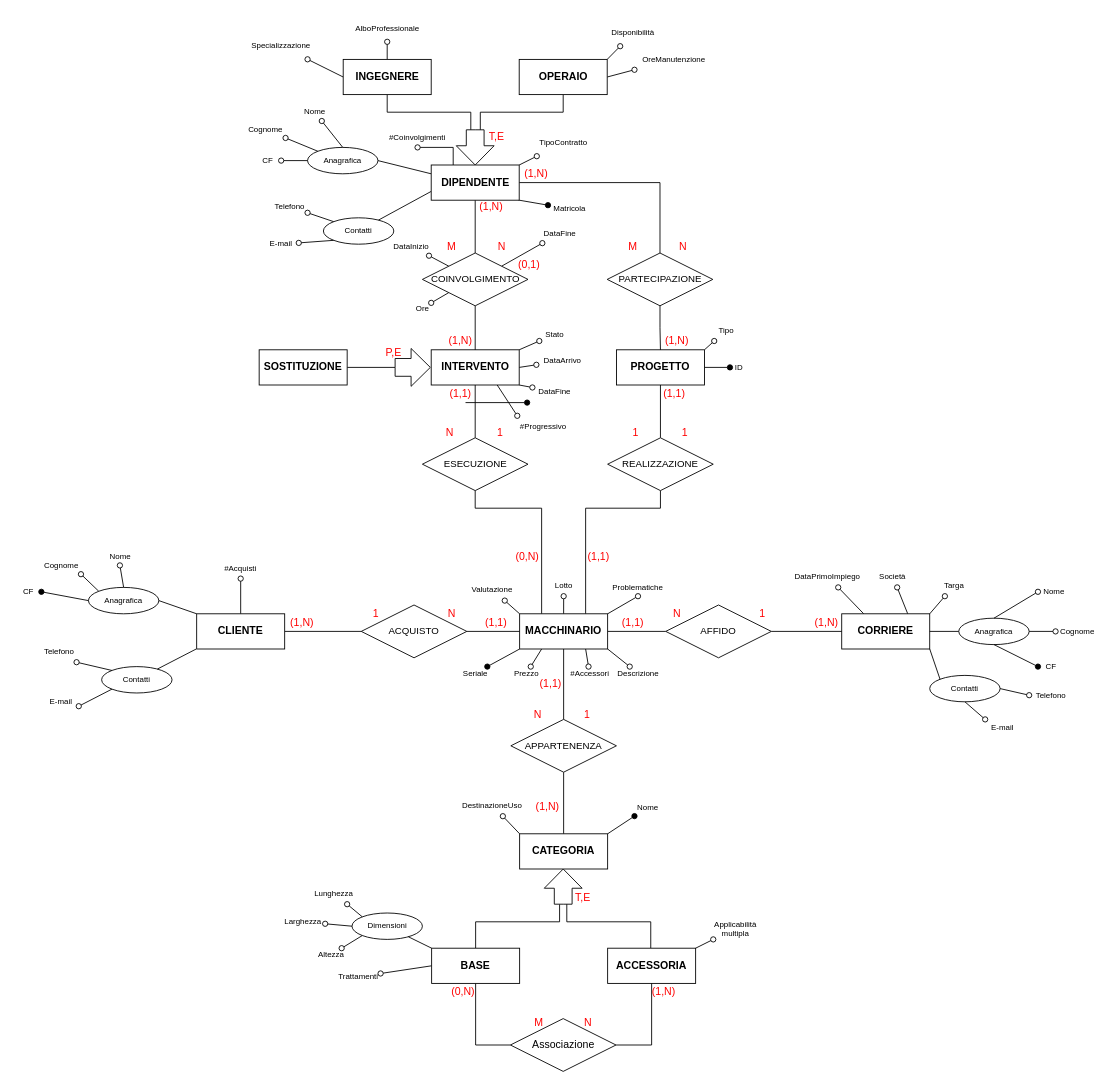
Above: Copy of SchemaER.drawio in MicheleRabesco/MacchinariEstetici (draw.io), before the change. Source tidied: cells renumbered, new cells numbered last; positions are measured from the earlier drawing's top-left corner, leaving out a move shared by most shapes. Both pictures are drawn from the tidied source at 88%, with x=0, y=0 at pixel (15, 15).
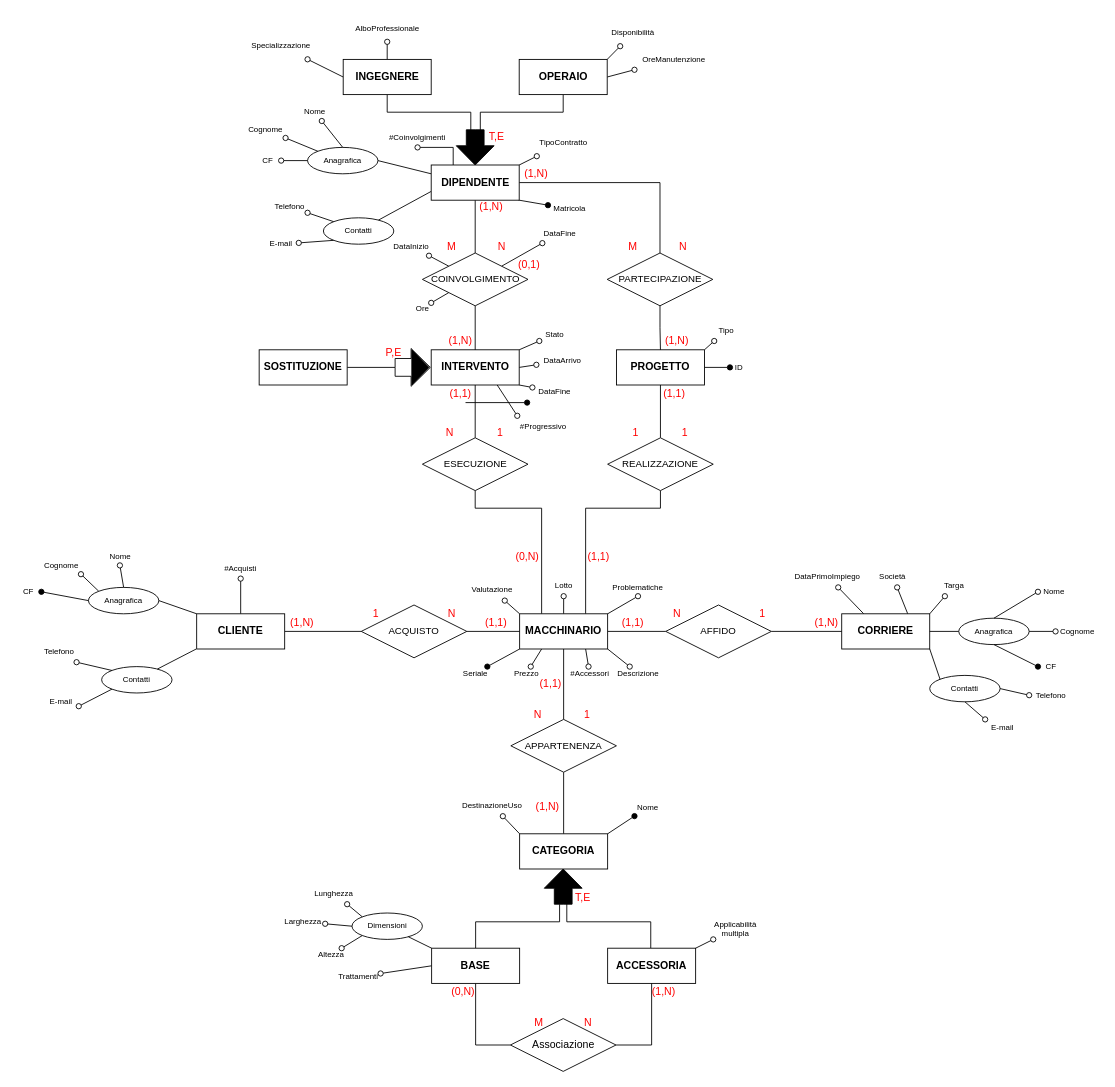
After the change.

Diff of the diagram source:
```diff
@@
-    <mxCell id="76" style="html=1;shadow=0;dashed=0;align=center;verticalAlign=middle;shape=mxgraph.arrows2.arrow;dy=0.53;dx=21.86;direction=north;notch=0;gradientColor=#ffffff;" parent="1" vertex="1">
+    <mxCell id="76" style="html=1;shadow=0;dashed=0;align=center;verticalAlign=middle;shape=mxgraph.arrows2.arrow;dy=0.53;dx=21.86;direction=north;notch=0;fillColor=#000000;" parent="1" vertex="1">
       <mxGeometry x="601" y="970" width="43" height="40" as="geometry" />
     </mxCell>
@@
-    <mxCell id="78" style="html=1;shadow=0;dashed=0;align=center;verticalAlign=middle;shape=mxgraph.arrows2.arrow;dy=0.53;dx=21.86;direction=north;notch=0;gradientColor=#ffffff;rotation=-180;" parent="1" vertex="1">
+    <mxCell id="78" style="html=1;shadow=0;dashed=0;align=center;verticalAlign=middle;shape=mxgraph.arrows2.arrow;dy=0.53;dx=21.86;direction=north;notch=0;rotation=-180;fillColor=#000000;" parent="1" vertex="1">
       <mxGeometry x="501" y="130" width="43" height="40" as="geometry" />
     </mxCell>
@@
+    <mxCell id="198" style="triangle;whiteSpace=wrap;html=1;fillColor=#000000;gradientColor=none;" parent="1" vertex="1">
+      <mxGeometry x="450.5" y="380" width="19.5" height="40" as="geometry" />
+    </mxCell>
```
